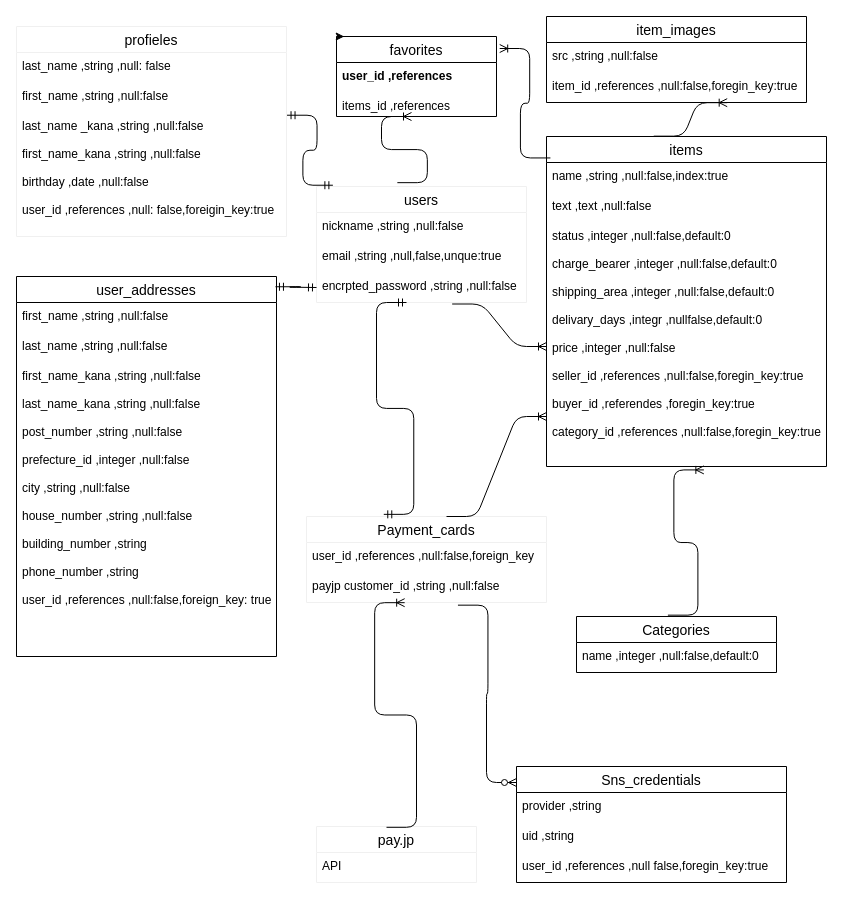
The draw.io diagram app/views/database.dio in takared44/furima-36069, before the edit. Source tidied: cells renumbered, new cells numbered last; positions are measured from the earlier drawing's top-left corner, leaving out a move shared by most shapes. Both pictures are drawn from the tidied source at 100%, with x=0, y=0 at pixel (16, 16).
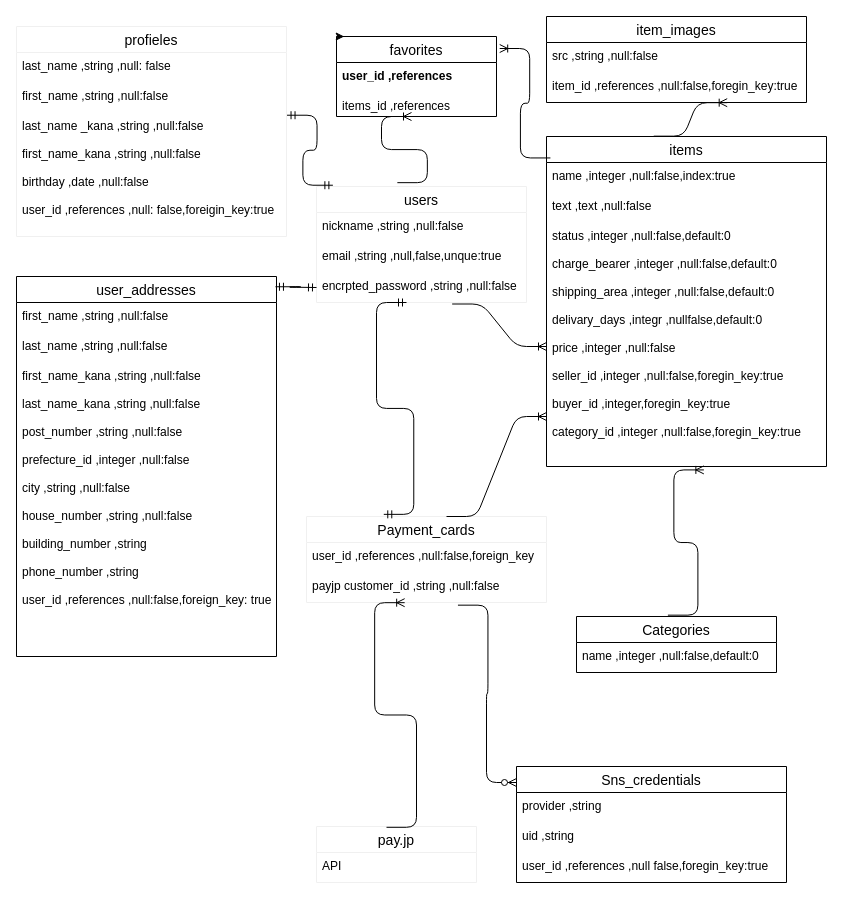
After the change.

Commit message (it also covers changes not shown here):
name,textをintederに変更

Unchanged cells that the change refers to:
```xml
<mxCell id="26" value="items" style="swimlane;fontStyle=0;horizontal=1;startSize=26;align=center;fontSize=14;fillColor=none;gradientColor=none;" parent="1" vertex="1">
  <mxGeometry x="530" y="120" width="280" height="330" as="geometry" />
</mxCell>
```

Diff of the diagram source:
```diff
@@
-    <mxCell id="27" value="name ,string ,null:false,index:true" style="text;strokeColor=none;fillColor=none;spacingLeft=4;spacingRight=4;overflow=hidden;fontSize=12;" parent="26" vertex="1">
+    <mxCell id="27" value="name ,integer ,null:false,index:true" style="text;strokeColor=none;fillColor=none;spacingLeft=4;spacingRight=4;overflow=hidden;fontSize=12;" parent="26" vertex="1">
       <mxGeometry y="26" width="280" height="30" as="geometry" />
     </mxCell>
@@
-    <mxCell id="29" value="status ,integer ,null:false,default:0&#10;&#10;charge_bearer ,integer ,null:false,default:0&#10;&#10;shipping_area ,integer ,null:false,default:0&#10;&#10;delivary_days ,integr ,nullfalse,default:0&#10;&#10;price ,integer ,null:false&#10;&#10;seller_id ,references ,null:false,foregin_key:true&#10;&#10;buyer_id ,referendes ,foregin_key:true&#10;&#10;category_id ,references ,null:false,foregin_key:true&#10;&#10;" style="text;strokeColor=none;fillColor=none;spacingLeft=4;spacingRight=4;overflow=hidden;points=[[0,0.5],[1,0.5]];portConstraint=eastwest;fontSize=12;" parent="26" vertex="1">
+    <mxCell id="29" value="status ,integer ,null:false,default:0&#10;&#10;charge_bearer ,integer ,null:false,default:0&#10;&#10;shipping_area ,integer ,null:false,default:0&#10;&#10;delivary_days ,integr ,nullfalse,default:0&#10;&#10;price ,integer ,null:false&#10;&#10;seller_id ,integer ,null:false,foregin_key:true&#10;&#10;buyer_id ,integer,foregin_key:true&#10;&#10;category_id ,integer ,null:false,foregin_key:true&#10;&#10;" style="text;strokeColor=none;fillColor=none;spacingLeft=4;spacingRight=4;overflow=hidden;points=[[0,0.5],[1,0.5]];portConstraint=eastwest;fontSize=12;" parent="26" vertex="1">
       <mxGeometry y="86" width="280" height="244" as="geometry" />
     </mxCell>
```
